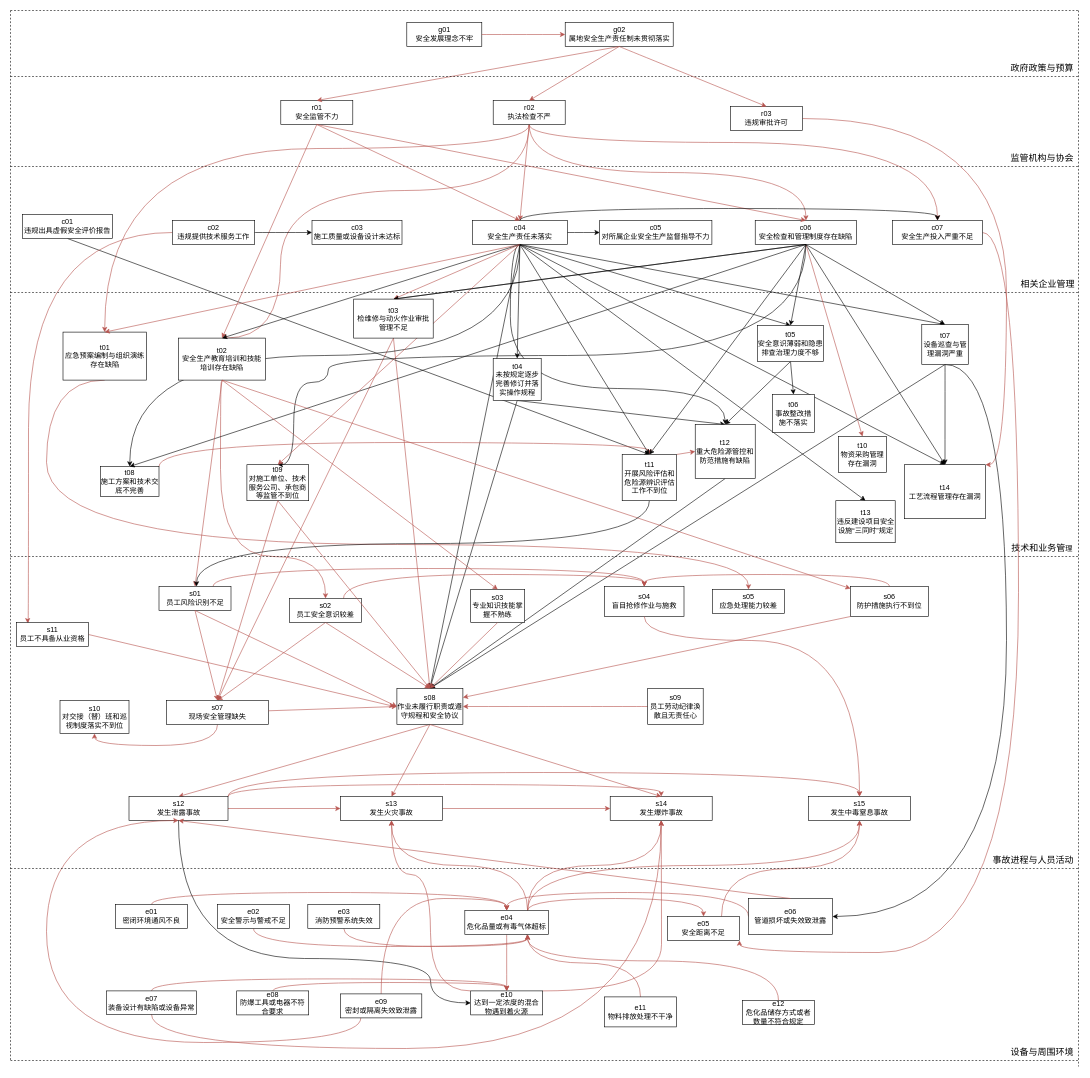
This is 剔除次数少于5.drawio from fangjiarong/docs, a draw.io file, before an edit. Source tidied: cells renumbered, new cells numbered last; positions are measured from the earlier drawing's top-left corner, leaving out a move shared by most shapes. Both pictures are drawn from the tidied source at 60%, with x=0, y=0 at pixel (10, 10).
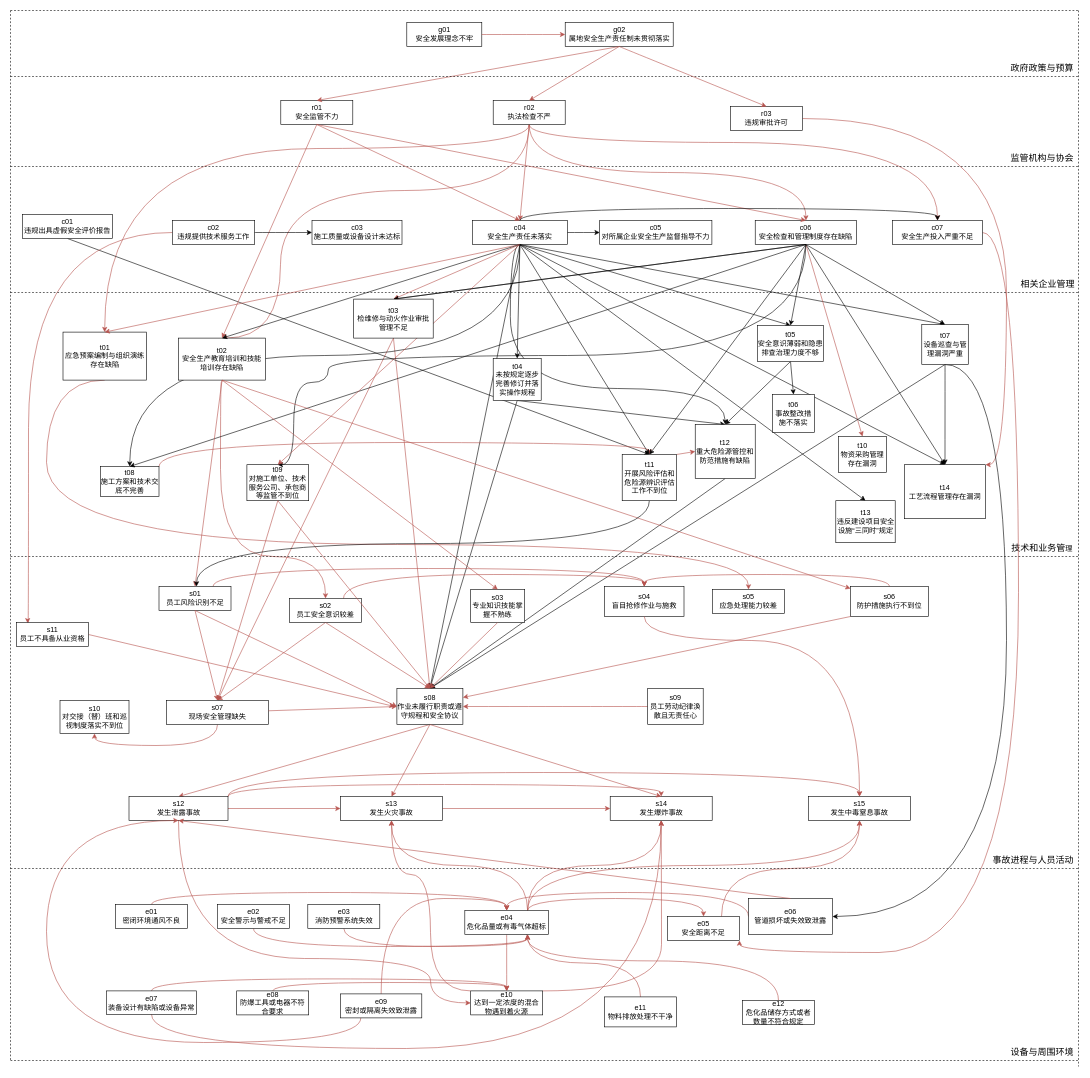
The same page after the edit.

Commit message (it also covers changes not shown here):
更新剔除次数少于5.drawio

The change refers to these unchanged cells:
```xml
<mxCell id="78" value="s12&lt;br&gt;发生泄露事故" style="rounded=0;whiteSpace=wrap;html=1;" parent="1" vertex="1">
  <mxGeometry x="197.5" y="1310" width="165" height="40" as="geometry" />
</mxCell>
<mxCell id="98" value="e10&lt;br&gt;达到一定浓度的混合物遇到着火源" style="rounded=0;whiteSpace=wrap;html=1;" parent="1" vertex="1">
  <mxGeometry x="767" y="1634" width="120" height="40" as="geometry" />
</mxCell>
```

The edit, as a diff of the source:
```diff
@@
-    <mxCell id="74" style="edgeStyle=orthogonalEdgeStyle;curved=1;rounded=0;jettySize=auto;html=1;exitX=0.5;exitY=1;exitDx=0;exitDy=0;entryX=0;entryY=0.5;entryDx=0;entryDy=0;" parent="1" edge="1" source="78" target="98">
+    <mxCell id="74" style="edgeStyle=orthogonalEdgeStyle;curved=1;rounded=0;jettySize=auto;html=1;exitX=0.5;exitY=1;exitDx=0;exitDy=0;entryX=0;entryY=0.5;entryDx=0;entryDy=0;fillColor=#f8cecc;strokeColor=#b85450;" parent="1" edge="1" source="78" target="98">
       <mxGeometry relative="1" as="geometry">
         <Array as="points">
           <mxPoint x="280" y="1580" />
           <mxPoint x="700" y="1580" />
           <mxPoint x="700" y="1654" />
         </Array>
       </mxGeometry>
     </mxCell>
```
